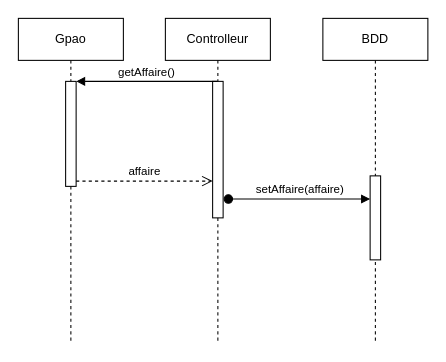
Earlier version of the draw.io diagram Analyse/Hugo/diagrammeDeSequence.drawio (MRCThomas/testDeVerinSurBancHydraulique). Source tidied: cells renumbered, new cells numbered last; positions are measured from the earlier drawing's top-left corner, leaving out a move shared by most shapes. Both pictures are drawn from the tidied source at 105%, with x=0, y=0 at pixel (18, 18).
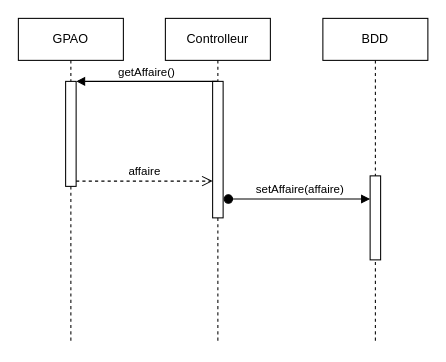
After the change.

What changed in the source:
```diff
@@
 <mxGraphModel>
   <root>
     <mxCell id="0" />
     <mxCell id="1" parent="0" />
     <mxCell id="2" value="Controlleur" style="shape=umlLifeline;perimeter=lifelinePerimeter;whiteSpace=wrap;html=1;outlineConnect=0;" parent="1" vertex="1">
       <mxGeometry x="140" width="100" height="310" as="geometry" />
     </mxCell>
     <mxCell id="3" style="html=1;points=[];perimeter=orthogonalPerimeter;" parent="2" vertex="1">
       <mxGeometry x="45" y="60" width="10" height="130" as="geometry" />
     </mxCell>
-    <mxCell id="4" value="Gpao" style="shape=umlLifeline;perimeter=lifelinePerimeter;whiteSpace=wrap;html=1;" parent="1" vertex="1">
+    <mxCell id="4" value="GPAO" style="shape=umlLifeline;perimeter=lifelinePerimeter;whiteSpace=wrap;html=1;" parent="1" vertex="1">
       <mxGeometry width="100" height="310" as="geometry" />
     </mxCell>
     <mxCell id="5" style="html=1;points=[];perimeter=orthogonalPerimeter;" parent="4" vertex="1">
       <mxGeometry x="45" y="60" width="10" height="100" as="geometry" />
     </mxCell>
     <mxCell id="6" value="BDD" style="shape=umlLifeline;perimeter=lifelinePerimeter;whiteSpace=wrap;html=1;" parent="1" vertex="1">
       <mxGeometry x="290" width="100" height="310" as="geometry" />
     </mxCell>
     <mxCell id="7" style="html=1;points=[];perimeter=orthogonalPerimeter;" parent="6" vertex="1">
       <mxGeometry x="45" y="150" width="10" height="80" as="geometry" />
     </mxCell>
     <mxCell id="8" value="getAffaire()" style="html=1;verticalAlign=bottom;endArrow=block;entryX=1;entryY=0;" parent="1" edge="1" source="2" target="5">
       <mxGeometry x="0.03" relative="1" as="geometry">
         <mxPoint x="1" as="offset" />
       </mxGeometry>
     </mxCell>
     <mxCell id="9" value="affaire" style="html=1;verticalAlign=bottom;endArrow=open;dashed=1;endSize=8;exitX=1;exitY=0.95;" parent="1" edge="1" source="5" target="3">
       <mxGeometry relative="1" as="geometry" />
     </mxCell>
     <mxCell id="10" value="setAffaire(affaire)" style="html=1;verticalAlign=bottom;startArrow=oval;endArrow=block;startSize=8;exitX=1.5;exitY=0.862;exitDx=0;exitDy=0;exitPerimeter=0;" parent="1" edge="1" source="3" target="7">
       <mxGeometry relative="1" as="geometry" />
     </mxCell>
   </root>
 </mxGraphModel>
```
